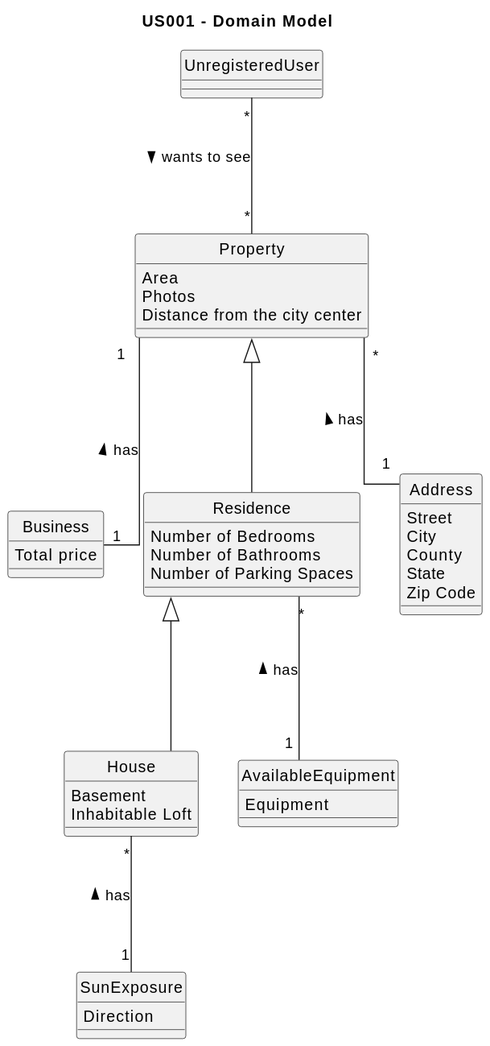
Earlier version of the PlantUML export docs/sprintB/US01/02.analysis/svg/us01-domain-model.svg (PureNimble/ISEP-LAPR2).
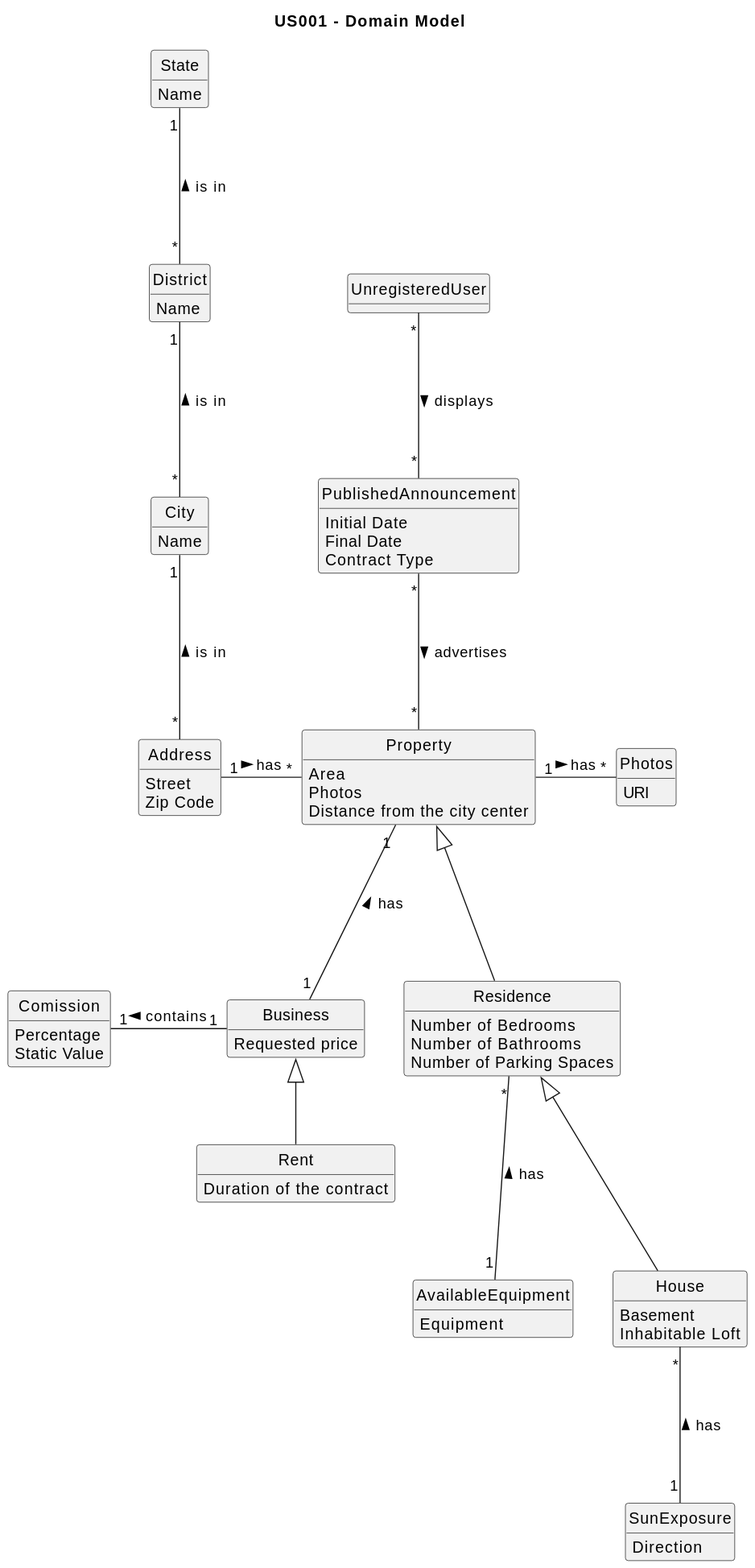
After the commit.

Commit message:
Added the SVG previews of US01 Domain Model & SSD

Change to the diagram source:
```diff
@@ -3,31 +3,39 @@
 
 skinparam groupInheritance 2
 skinparam monochrome true
-skinparam linetype ortho
+skinparam linetype polyline
+hide methods
 hide circle
 
 
+class Address {
+Street
+Zip Code
+}
 
-class UnregisteredUser {
+class AvailableEquipment {
+Equipment
 }
 
 
-class Property {
-Area
-Photos
-Distance from the city center
-}
-
 class Business {
-Total price
+Requested price
 }
 
 
-class Residence {
-Number of Bedrooms
-Number of Bathrooms
-Number of Parking Spaces
- }
+class City {
+Name
+}
+
+class Comission {
+Percentage
+Static Value
+}
+
+
+class District {
+Name
+}
 
 
 class House {
@@ -36,33 +44,68 @@
 }
 
 
+class Photos {
+URI
+}
+
+class Property {
+Area
+Photos
+Distance from the city center
+}
+
+class PublishedAnnouncement {
+Initial Date
+Final Date
+Contract Type
+}
+
+
+class Rent {
+Duration of the contract
+}
+
+
+class Residence {
+Number of Bedrooms
+Number of Bathrooms
+Number of Parking Spaces
+}
+
+
+class State {
+Name
+}
+
 class SunExposure {
 Direction
 }
 
 
-class Address {
-Street
-City
-County
-State
-Zip Code
+class UnregisteredUser {
 }
 
 
-class AvailableEquipment {
-Equipment
-}
 
+Business <|-- Rent
 
-UnregisteredUser "*" --- "*" Property: wants to see >
+City "1" --- "*" Address : is in <
+Comission "1" -right- "1" Business : contains <
+
+District "1" --- "*" City : is in <
+
+House "*" --- "1" SunExposure : has <
 
 Property <|--- Residence
-Property "*" --- "1" Address : has <
+Property "*" -left- "1" Address : has <
 Property "1" --- "1" Business : has <
+Property "1" -right- "*" Photos : has >
+PublishedAnnouncement "*" --- "*" Property: advertises >
 
 Residence "*" --- "1" AvailableEquipment : has <
 Residence <|--- House
 
-House "*" --- "1" SunExposure : has <
+State "1" --- "*" District : is in <
+
+UnregisteredUser "*" --- "*" PublishedAnnouncement: displays >
 @enduml
```
